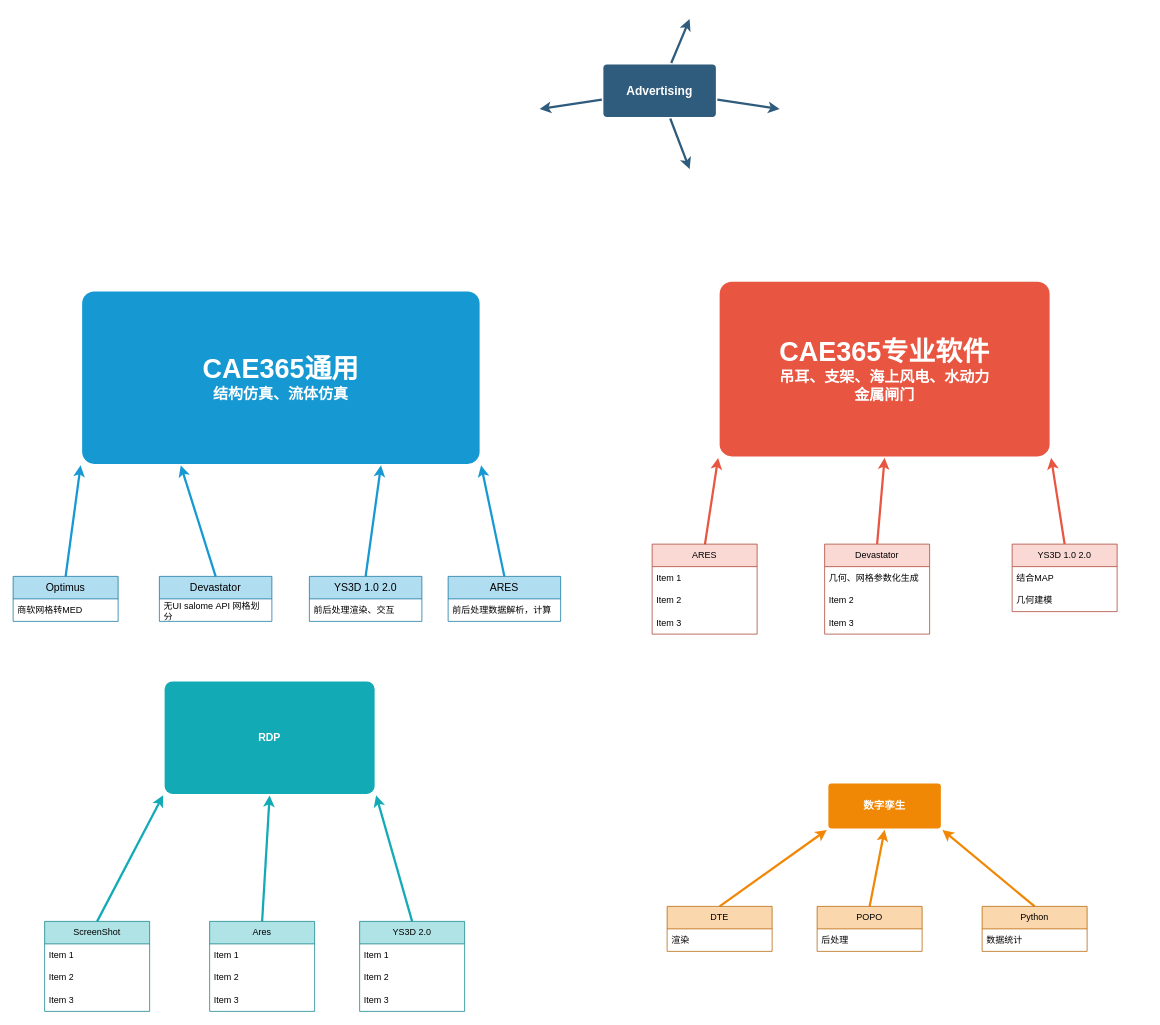
Before: 3d.drawio in Harekaze-Misakiakeno/uml, a draw.io diagram. Source tidied: cells renumbered, new cells numbered last; positions are measured from the earlier drawing's top-left corner, leaving out a move shared by most shapes. Both pictures are drawn from the tidied source at 75%, with x=0, y=0 at pixel (13, 19).
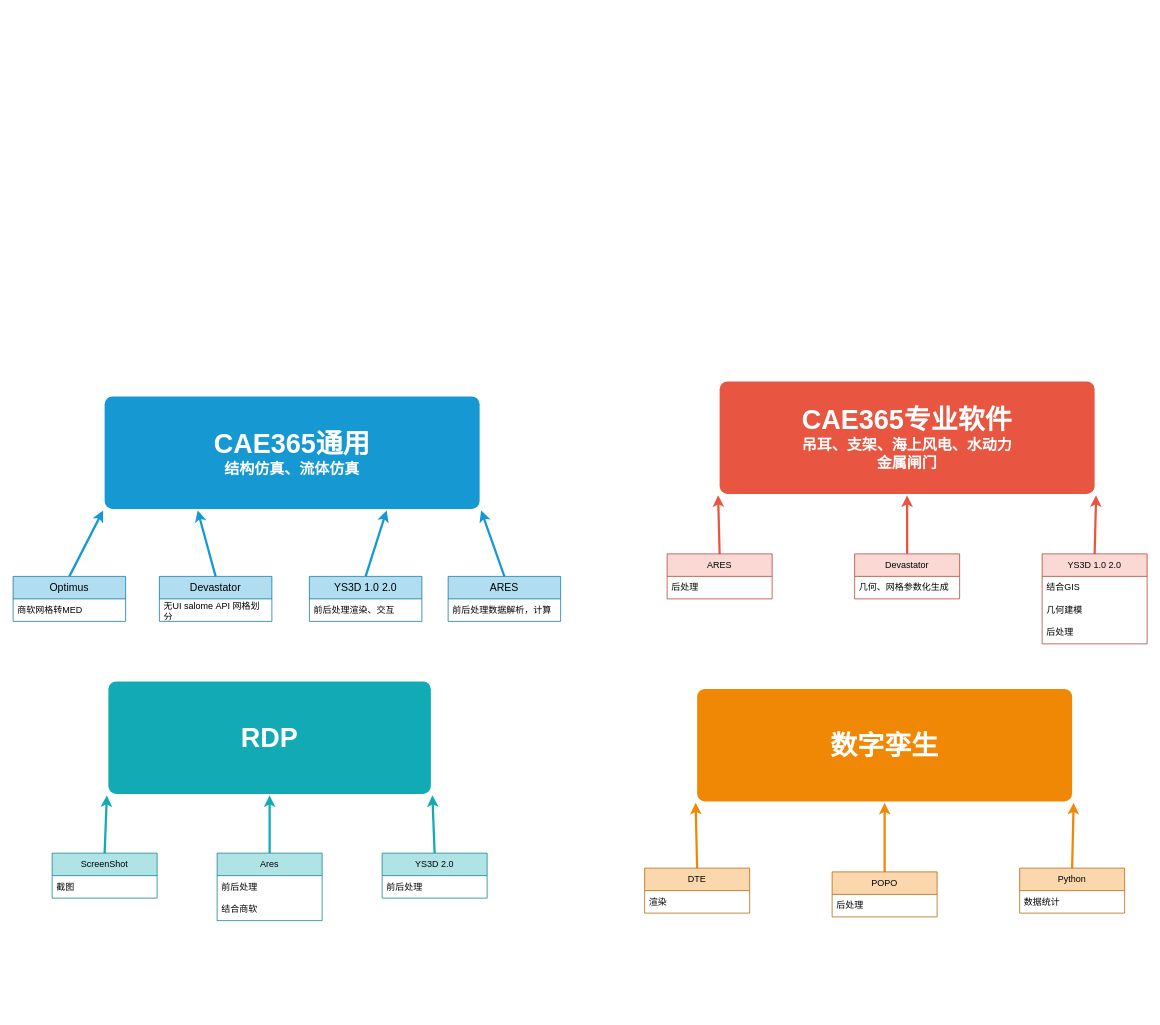
The same diagram, later.

Change to the diagram source:
```diff
@@
-    <mxCell id="2" style="edgeStyle=none;rounded=0;jumpStyle=none;html=1;shadow=0;labelBackgroundColor=none;startArrow=none;startFill=0;endArrow=classic;endFill=1;jettySize=auto;strokeColor=#2F5B7C;strokeWidth=3;fontFamily=Helvetica;fontSize=16;fontColor=#23445D;spacing=5;" parent="1" edge="1" source="6">
-      <mxGeometry relative="1" as="geometry">
-        <mxPoint x="902" as="targetPoint" />
-      </mxGeometry>
-    </mxCell>
-    <mxCell id="3" style="edgeStyle=none;rounded=0;jumpStyle=none;html=1;shadow=0;labelBackgroundColor=none;startArrow=none;startFill=0;endArrow=classic;endFill=1;jettySize=auto;strokeColor=#2F5B7C;strokeWidth=3;fontFamily=Helvetica;fontSize=16;fontColor=#23445D;spacing=5;" parent="1" edge="1" source="6">
-      <mxGeometry relative="1" as="geometry">
-        <mxPoint x="1022" y="120" as="targetPoint" />
-      </mxGeometry>
-    </mxCell>
-    <mxCell id="4" style="edgeStyle=none;rounded=0;jumpStyle=none;html=1;shadow=0;labelBackgroundColor=none;startArrow=none;startFill=0;endArrow=classic;endFill=1;jettySize=auto;strokeColor=#2F5B7C;strokeWidth=3;fontFamily=Helvetica;fontSize=16;fontColor=#23445D;spacing=5;" parent="1" edge="1" source="6">
-      <mxGeometry relative="1" as="geometry">
-        <mxPoint x="902" y="200" as="targetPoint" />
-      </mxGeometry>
-    </mxCell>
-    <mxCell id="5" style="edgeStyle=none;rounded=0;jumpStyle=none;html=1;shadow=0;labelBackgroundColor=none;startArrow=none;startFill=0;endArrow=classic;endFill=1;jettySize=auto;strokeColor=#2F5B7C;strokeWidth=3;fontFamily=Helvetica;fontSize=16;fontColor=#23445D;spacing=5;" parent="1" edge="1" source="6">
-      <mxGeometry relative="1" as="geometry">
-        <mxPoint x="702" y="120" as="targetPoint" />
-      </mxGeometry>
-    </mxCell>
-    <mxCell id="6" value="Advertising" style="rounded=1;whiteSpace=wrap;html=1;shadow=0;labelBackgroundColor=none;strokeColor=none;strokeWidth=3;fillColor=#2F5B7C;fontFamily=Helvetica;fontSize=16;fontColor=#FFFFFF;align=center;fontStyle=1;spacing=5;arcSize=7;perimeterSpacing=2;" parent="1" vertex="1">
-      <mxGeometry x="787" y="60.5" width="150" height="70" as="geometry" />
-    </mxCell>
@@
     <mxCell id="8" value="&lt;font style=&quot;font-size: 36px;&quot;&gt;CAE365专业软件&lt;/font&gt;&lt;div&gt;&lt;font style=&quot;font-size: 20px;&quot;&gt;吊耳、支架、海上风电、水动力&lt;/font&gt;&lt;/div&gt;&lt;div&gt;&lt;font style=&quot;font-size: 20px;&quot;&gt;金属闸门&lt;/font&gt;&lt;/div&gt;" style="rounded=1;whiteSpace=wrap;html=1;shadow=0;labelBackgroundColor=none;strokeColor=none;strokeWidth=3;fillColor=#e85642;fontFamily=Helvetica;fontSize=14;fontColor=#FFFFFF;align=center;spacing=5;fontStyle=1;arcSize=7;perimeterSpacing=2;" parent="1" vertex="1">
-      <mxGeometry x="942" y="350" width="440" height="233" as="geometry" />
+      <mxGeometry x="942" y="483" width="500" height="150" as="geometry" />
     </mxCell>
@@
     <mxCell id="12" value="&lt;font style=&quot;font-size: 36px;&quot;&gt;CAE365通用&lt;/font&gt;&lt;div&gt;&lt;font style=&quot;font-size: 20px;&quot;&gt;结构仿真、流体仿真&lt;/font&gt;&lt;/div&gt;" style="rounded=1;whiteSpace=wrap;html=1;shadow=0;labelBackgroundColor=none;strokeColor=none;strokeWidth=3;fillColor=#1699d3;fontFamily=Helvetica;fontSize=14;fontColor=#FFFFFF;align=center;spacing=5;fontStyle=1;arcSize=7;perimeterSpacing=2;" parent="1" vertex="1">
-      <mxGeometry x="92" y="363" width="530" height="230" as="geometry" />
+      <mxGeometry x="122" y="503" width="500" height="150" as="geometry" />
     </mxCell>
-    <mxCell id="13" value="数字孪生" style="rounded=1;whiteSpace=wrap;html=1;shadow=0;labelBackgroundColor=none;strokeColor=none;strokeWidth=3;fillColor=#F08705;fontFamily=Helvetica;fontSize=14;fontColor=#FFFFFF;align=center;spacing=5;fontStyle=1;arcSize=7;perimeterSpacing=2;" parent="1" vertex="1">
-      <mxGeometry x="1087" y="1019" width="150" height="60" as="geometry" />
+    <mxCell id="13" value="&lt;font style=&quot;font-size: 36px;&quot;&gt;数字孪生&lt;/font&gt;" style="rounded=1;whiteSpace=wrap;html=1;shadow=0;labelBackgroundColor=none;strokeColor=none;strokeWidth=3;fillColor=#F08705;fontFamily=Helvetica;fontSize=14;fontColor=#FFFFFF;align=center;spacing=5;fontStyle=1;arcSize=7;perimeterSpacing=2;" parent="1" vertex="1">
+      <mxGeometry x="912" y="893" width="500" height="150" as="geometry" />
     </mxCell>
@@
-    <mxCell id="17" value="RDP" style="rounded=1;whiteSpace=wrap;html=1;shadow=0;labelBackgroundColor=none;strokeColor=none;strokeWidth=3;fillColor=#12aab5;fontFamily=Helvetica;fontSize=14;fontColor=#FFFFFF;align=center;spacing=5;fontStyle=1;arcSize=7;perimeterSpacing=2;" parent="1" vertex="1">
-      <mxGeometry x="202" y="883" width="280" height="150" as="geometry" />
+    <mxCell id="17" value="&lt;font style=&quot;font-size: 36px;&quot;&gt;RDP&lt;/font&gt;" style="rounded=1;whiteSpace=wrap;html=1;shadow=0;labelBackgroundColor=none;strokeColor=none;strokeWidth=3;fillColor=#12aab5;fontFamily=Helvetica;fontSize=14;fontColor=#FFFFFF;align=center;spacing=5;fontStyle=1;arcSize=7;perimeterSpacing=2;" parent="1" vertex="1">
+      <mxGeometry x="127" y="883" width="430" height="150" as="geometry" />
     </mxCell>
@@
     <mxCell id="22" value="&lt;span style=&quot;font-size: 14px;&quot;&gt;&lt;font style=&quot;color: rgb(0, 0, 0);&quot;&gt;Optimus&lt;/font&gt;&lt;/span&gt;" style="swimlane;fontStyle=0;horizontal=1;startSize=30;whiteSpace=wrap;html=1;fillColor=#b1ddf0;strokeColor=#10739e;" parent="1" vertex="1">
-      <mxGeometry y="743" width="140" height="60" as="geometry" />
+      <mxGeometry y="743" width="150" height="60" as="geometry" />
     </mxCell>
     <mxCell id="23" value="商软网格转MED" style="text;align=left;verticalAlign=middle;spacingLeft=4;spacingRight=4;overflow=hidden;whiteSpace=wrap;html=1;" parent="22" vertex="1">
-      <mxGeometry y="30" width="140" height="30" as="geometry" />
+      <mxGeometry y="30" width="150" height="30" as="geometry" />
     </mxCell>
@@
     <mxCell id="30" value="ARES" style="swimlane;fontStyle=0;horizontal=1;startSize=30;whiteSpace=wrap;html=1;strokeColor=#ae4132;align=center;verticalAlign=middle;fontFamily=Helvetica;fontSize=12;fillColor=#fad9d5;" parent="1" vertex="1">
-      <mxGeometry x="852" y="700" width="140" height="120" as="geometry" />
+      <mxGeometry x="872" y="713" width="140" height="60" as="geometry" />
     </mxCell>
-    <mxCell id="31" value="Item 1" style="text;strokeColor=none;fillColor=none;align=left;verticalAlign=middle;spacingLeft=4;spacingRight=4;overflow=hidden;whiteSpace=wrap;html=1;fontFamily=Helvetica;fontSize=12;fontColor=default;fontStyle=0;horizontal=1;" parent="30" vertex="1">
+    <mxCell id="31" value="后处理" style="text;strokeColor=none;fillColor=none;align=left;verticalAlign=middle;spacingLeft=4;spacingRight=4;overflow=hidden;whiteSpace=wrap;html=1;fontFamily=Helvetica;fontSize=12;fontColor=default;fontStyle=0;horizontal=1;" parent="30" vertex="1">
       <mxGeometry y="30" width="140" height="30" as="geometry" />
     </mxCell>
-    <mxCell id="32" value="Item 2" style="text;strokeColor=none;fillColor=none;align=left;verticalAlign=middle;spacingLeft=4;spacingRight=4;overflow=hidden;whiteSpace=wrap;html=1;fontFamily=Helvetica;fontSize=12;fontColor=default;fontStyle=0;horizontal=1;" parent="30" vertex="1">
-      <mxGeometry y="60" width="140" height="30" as="geometry" />
-    </mxCell>
-    <mxCell id="33" value="Item 3" style="text;strokeColor=none;fillColor=none;align=left;verticalAlign=middle;spacingLeft=4;spacingRight=4;overflow=hidden;whiteSpace=wrap;html=1;fontFamily=Helvetica;fontSize=12;fontColor=default;fontStyle=0;horizontal=1;" parent="30" vertex="1">
-      <mxGeometry y="90" width="140" height="30" as="geometry" />
-    </mxCell>
     <mxCell id="34" value="Devastator" style="swimlane;fontStyle=0;horizontal=1;startSize=30;whiteSpace=wrap;html=1;strokeColor=#ae4132;align=center;verticalAlign=middle;fontFamily=Helvetica;fontSize=12;fillColor=#fad9d5;" parent="1" vertex="1">
-      <mxGeometry x="1082" y="700" width="140" height="120" as="geometry" />
+      <mxGeometry x="1122" y="713" width="140" height="60" as="geometry" />
     </mxCell>
@@
-    <mxCell id="36" value="Item 2" style="text;strokeColor=none;fillColor=none;align=left;verticalAlign=middle;spacingLeft=4;spacingRight=4;overflow=hidden;whiteSpace=wrap;html=1;fontFamily=Helvetica;fontSize=12;fontColor=default;fontStyle=0;horizontal=1;" parent="34" vertex="1">
-      <mxGeometry y="60" width="140" height="30" as="geometry" />
-    </mxCell>
-    <mxCell id="37" value="Item 3" style="text;strokeColor=none;fillColor=none;align=left;verticalAlign=middle;spacingLeft=4;spacingRight=4;overflow=hidden;whiteSpace=wrap;html=1;fontFamily=Helvetica;fontSize=12;fontColor=default;fontStyle=0;horizontal=1;" parent="34" vertex="1">
-      <mxGeometry y="90" width="140" height="30" as="geometry" />
-    </mxCell>
-    <mxCell id="38" value="YS3D 1.0 2.0" style="swimlane;fontStyle=0;horizontal=1;startSize=30;whiteSpace=wrap;html=1;strokeColor=#ae4132;align=center;verticalAlign=middle;fontFamily=Helvetica;fontSize=12;fillColor=#fad9d5;" parent="1" vertex="1">
-      <mxGeometry x="1332" y="700" width="140" height="90" as="geometry" />
-    </mxCell>
-    <mxCell id="39" value="结合MAP" style="text;strokeColor=none;fillColor=none;align=left;verticalAlign=middle;spacingLeft=4;spacingRight=4;overflow=hidden;whiteSpace=wrap;html=1;fontFamily=Helvetica;fontSize=12;fontColor=default;fontStyle=0;horizontal=1;" parent="38" vertex="1">
-      <mxGeometry y="30" width="140" height="30" as="geometry" />
-    </mxCell>
-    <mxCell id="40" value="几何建模" style="text;strokeColor=none;fillColor=none;align=left;verticalAlign=middle;spacingLeft=4;spacingRight=4;overflow=hidden;whiteSpace=wrap;html=1;fontFamily=Helvetica;fontSize=12;fontColor=default;fontStyle=0;horizontal=1;" parent="38" vertex="1">
-      <mxGeometry y="60" width="140" height="30" as="geometry" />
-    </mxCell>
@@
     <mxCell id="43" value="ScreenShot" style="swimlane;fontStyle=0;horizontal=1;startSize=30;whiteSpace=wrap;html=1;strokeColor=#0e8088;align=center;verticalAlign=middle;fontFamily=Helvetica;fontSize=12;fillColor=#b0e3e6;" parent="1" vertex="1">
-      <mxGeometry x="42" y="1203" width="140" height="120" as="geometry" />
+      <mxGeometry x="52" y="1112" width="140" height="60" as="geometry" />
     </mxCell>
-    <mxCell id="44" value="Item 1" style="text;strokeColor=none;fillColor=none;align=left;verticalAlign=middle;spacingLeft=4;spacingRight=4;overflow=hidden;whiteSpace=wrap;html=1;fontFamily=Helvetica;fontSize=12;fontColor=default;fontStyle=0;horizontal=1;" parent="43" vertex="1">
+    <mxCell id="44" value="截图" style="text;strokeColor=none;fillColor=none;align=left;verticalAlign=middle;spacingLeft=4;spacingRight=4;overflow=hidden;whiteSpace=wrap;html=1;fontFamily=Helvetica;fontSize=12;fontColor=default;fontStyle=0;horizontal=1;" parent="43" vertex="1">
       <mxGeometry y="30" width="140" height="30" as="geometry" />
     </mxCell>
-    <mxCell id="45" value="Item 2" style="text;strokeColor=none;fillColor=none;align=left;verticalAlign=middle;spacingLeft=4;spacingRight=4;overflow=hidden;whiteSpace=wrap;html=1;fontFamily=Helvetica;fontSize=12;fontColor=default;fontStyle=0;horizontal=1;" parent="43" vertex="1">
-      <mxGeometry y="60" width="140" height="30" as="geometry" />
-    </mxCell>
-    <mxCell id="46" value="Item 3" style="text;strokeColor=none;fillColor=none;align=left;verticalAlign=middle;spacingLeft=4;spacingRight=4;overflow=hidden;whiteSpace=wrap;html=1;fontFamily=Helvetica;fontSize=12;fontColor=default;fontStyle=0;horizontal=1;" parent="43" vertex="1">
-      <mxGeometry y="90" width="140" height="30" as="geometry" />
-    </mxCell>
     <mxCell id="47" value="Ares" style="swimlane;fontStyle=0;horizontal=1;startSize=30;whiteSpace=wrap;html=1;strokeColor=#0e8088;align=center;verticalAlign=middle;fontFamily=Helvetica;fontSize=12;fillColor=#b0e3e6;" parent="1" vertex="1">
-      <mxGeometry x="262" y="1203" width="140" height="120" as="geometry" />
+      <mxGeometry x="272" y="1112" width="140" height="90" as="geometry" />
     </mxCell>
-    <mxCell id="48" value="Item 1" style="text;strokeColor=none;fillColor=none;align=left;verticalAlign=middle;spacingLeft=4;spacingRight=4;overflow=hidden;whiteSpace=wrap;html=1;fontFamily=Helvetica;fontSize=12;fontColor=default;fontStyle=0;horizontal=1;" parent="47" vertex="1">
+    <mxCell id="48" value="前后处理" style="text;strokeColor=none;fillColor=none;align=left;verticalAlign=middle;spacingLeft=4;spacingRight=4;overflow=hidden;whiteSpace=wrap;html=1;fontFamily=Helvetica;fontSize=12;fontColor=default;fontStyle=0;horizontal=1;" parent="47" vertex="1">
       <mxGeometry y="30" width="140" height="30" as="geometry" />
     </mxCell>
-    <mxCell id="49" value="Item 2" style="text;strokeColor=none;fillColor=none;align=left;verticalAlign=middle;spacingLeft=4;spacingRight=4;overflow=hidden;whiteSpace=wrap;html=1;fontFamily=Helvetica;fontSize=12;fontColor=default;fontStyle=0;horizontal=1;" parent="47" vertex="1">
+    <mxCell id="49" value="结合商软" style="text;strokeColor=none;fillColor=none;align=left;verticalAlign=middle;spacingLeft=4;spacingRight=4;overflow=hidden;whiteSpace=wrap;html=1;fontFamily=Helvetica;fontSize=12;fontColor=default;fontStyle=0;horizontal=1;" parent="47" vertex="1">
       <mxGeometry y="60" width="140" height="30" as="geometry" />
     </mxCell>
-    <mxCell id="50" value="Item 3" style="text;strokeColor=none;fillColor=none;align=left;verticalAlign=middle;spacingLeft=4;spacingRight=4;overflow=hidden;whiteSpace=wrap;html=1;fontFamily=Helvetica;fontSize=12;fontColor=default;fontStyle=0;horizontal=1;" parent="47" vertex="1">
-      <mxGeometry y="90" width="140" height="30" as="geometry" />
-    </mxCell>
     <mxCell id="51" value="YS3D 2.0" style="swimlane;fontStyle=0;horizontal=1;startSize=30;whiteSpace=wrap;html=1;strokeColor=#0e8088;align=center;verticalAlign=middle;fontFamily=Helvetica;fontSize=12;fillColor=#b0e3e6;" parent="1" vertex="1">
-      <mxGeometry x="462" y="1203" width="140" height="120" as="geometry" />
+      <mxGeometry x="492" y="1112" width="140" height="60" as="geometry" />
     </mxCell>
-    <mxCell id="52" value="Item 1" style="text;strokeColor=none;fillColor=none;align=left;verticalAlign=middle;spacingLeft=4;spacingRight=4;overflow=hidden;whiteSpace=wrap;html=1;fontFamily=Helvetica;fontSize=12;fontColor=default;fontStyle=0;horizontal=1;" parent="51" vertex="1">
+    <mxCell id="52" value="前后处理" style="text;strokeColor=none;fillColor=none;align=left;verticalAlign=middle;spacingLeft=4;spacingRight=4;overflow=hidden;whiteSpace=wrap;html=1;fontFamily=Helvetica;fontSize=12;fontColor=default;fontStyle=0;horizontal=1;" parent="51" vertex="1">
       <mxGeometry y="30" width="140" height="30" as="geometry" />
     </mxCell>
-    <mxCell id="53" value="Item 2" style="text;strokeColor=none;fillColor=none;align=left;verticalAlign=middle;spacingLeft=4;spacingRight=4;overflow=hidden;whiteSpace=wrap;html=1;fontFamily=Helvetica;fontSize=12;fontColor=default;fontStyle=0;horizontal=1;" parent="51" vertex="1">
-      <mxGeometry y="60" width="140" height="30" as="geometry" />
-    </mxCell>
-    <mxCell id="54" value="Item 3" style="text;strokeColor=none;fillColor=none;align=left;verticalAlign=middle;spacingLeft=4;spacingRight=4;overflow=hidden;whiteSpace=wrap;html=1;fontFamily=Helvetica;fontSize=12;fontColor=default;fontStyle=0;horizontal=1;" parent="51" vertex="1">
-      <mxGeometry y="90" width="140" height="30" as="geometry" />
-    </mxCell>
     <mxCell id="55" value="DTE" style="swimlane;fontStyle=0;horizontal=1;startSize=30;whiteSpace=wrap;html=1;strokeColor=#b46504;align=center;verticalAlign=middle;fontFamily=Helvetica;fontSize=12;fillColor=#fad7ac;" parent="1" vertex="1">
-      <mxGeometry x="872" y="1183" width="140" height="60" as="geometry" />
+      <mxGeometry x="842" y="1132" width="140" height="60" as="geometry" />
     </mxCell>
@@
     <mxCell id="57" value="POPO" style="swimlane;fontStyle=0;horizontal=1;startSize=30;whiteSpace=wrap;html=1;strokeColor=#b46504;align=center;verticalAlign=middle;fontFamily=Helvetica;fontSize=12;fillColor=#fad7ac;" parent="1" vertex="1">
-      <mxGeometry x="1072" y="1183" width="140" height="60" as="geometry" />
+      <mxGeometry x="1092" y="1137" width="140" height="60" as="geometry" />
     </mxCell>
@@
     <mxCell id="59" value="Python" style="swimlane;fontStyle=0;horizontal=1;startSize=30;whiteSpace=wrap;html=1;strokeColor=#b46504;align=center;verticalAlign=middle;fontFamily=Helvetica;fontSize=12;fillColor=#fad7ac;" parent="1" vertex="1">
-      <mxGeometry x="1292" y="1183" width="140" height="60" as="geometry" />
+      <mxGeometry x="1342" y="1132" width="140" height="60" as="geometry" />
     </mxCell>
@@
+    <mxCell id="38" value="YS3D 1.0 2.0" style="swimlane;fontStyle=0;horizontal=1;startSize=30;whiteSpace=wrap;html=1;strokeColor=#ae4132;align=center;verticalAlign=middle;fontFamily=Helvetica;fontSize=12;fillColor=#fad9d5;" parent="1" vertex="1">
+      <mxGeometry x="1372" y="713" width="140" height="120" as="geometry" />
+    </mxCell>
+    <mxCell id="61" value="结合GIS" style="text;strokeColor=none;fillColor=none;align=left;verticalAlign=middle;spacingLeft=4;spacingRight=4;overflow=hidden;whiteSpace=wrap;html=1;fontFamily=Helvetica;fontSize=12;fontColor=default;fontStyle=0;horizontal=1;" parent="38" vertex="1">
+      <mxGeometry y="30" width="140" height="30" as="geometry" />
+    </mxCell>
+    <mxCell id="40" value="几何建模" style="text;strokeColor=none;fillColor=none;align=left;verticalAlign=middle;spacingLeft=4;spacingRight=4;overflow=hidden;whiteSpace=wrap;html=1;fontFamily=Helvetica;fontSize=12;fontColor=default;fontStyle=0;horizontal=1;" parent="38" vertex="1">
+      <mxGeometry y="60" width="140" height="30" as="geometry" />
+    </mxCell>
+    <mxCell id="62" value="后处理" style="text;strokeColor=none;fillColor=none;align=left;verticalAlign=middle;spacingLeft=4;spacingRight=4;overflow=hidden;whiteSpace=wrap;html=1;fontFamily=Helvetica;fontSize=12;fontColor=default;fontStyle=0;horizontal=1;" parent="38" vertex="1">
+      <mxGeometry y="90" width="140" height="30" as="geometry" />
+    </mxCell>
```
